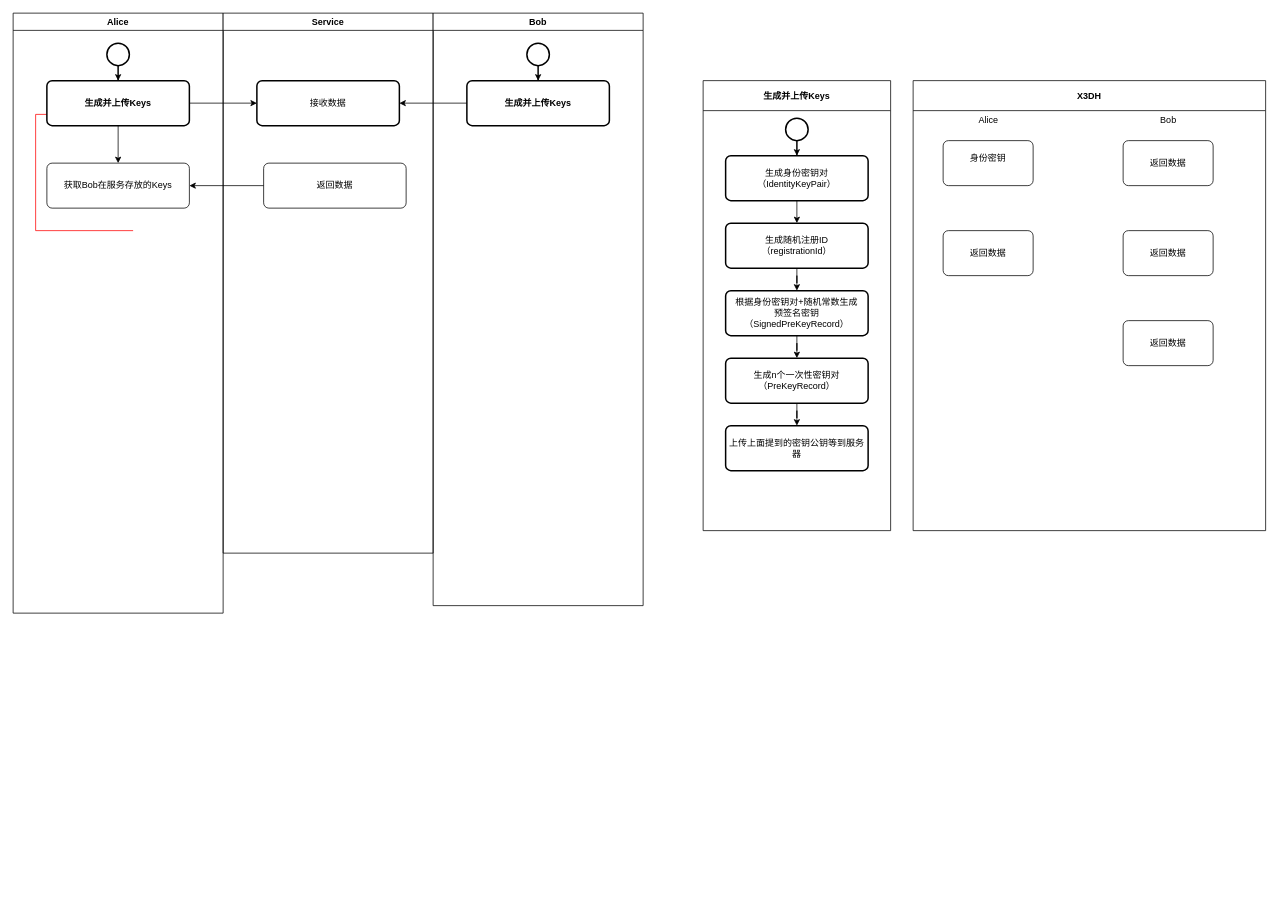
Jonty1997/personal_sources keeps this draw.io diagram as draw/flutter/signal_protocol.drawio. Above is the earlier version. Source tidied: cells renumbered, new cells numbered last; positions are measured from the earlier drawing's top-left corner, leaving out a move shared by most shapes. Both pictures are drawn from the tidied source at 75%, with x=0, y=0 at pixel (13, 13).
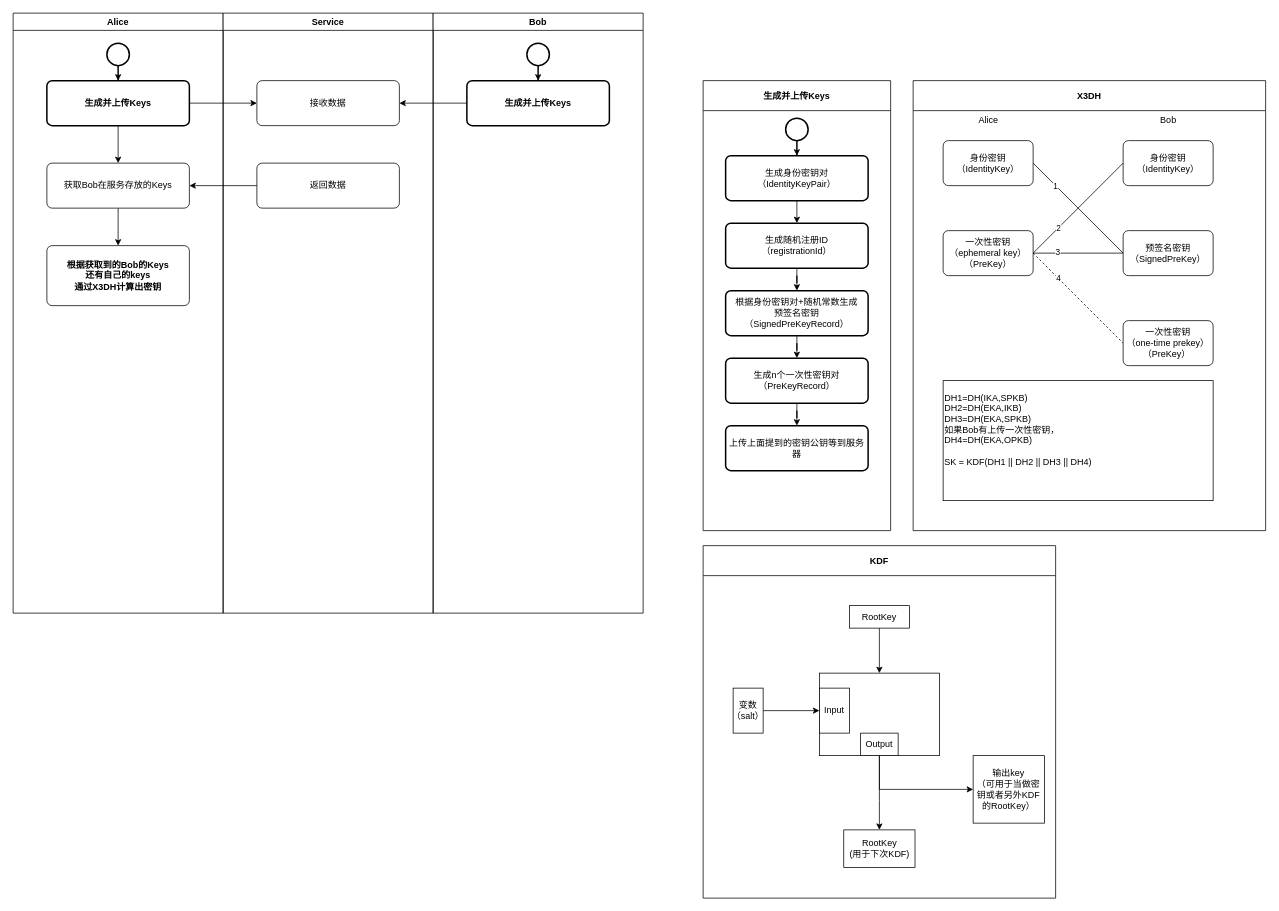
After the change.

Unchanged cells that the change refers to:
```xml
<mxCell id="14" style="group;" parent="1" vertex="1">
  <mxGeometry width="840" height="800" as="geometry" />
</mxCell>
<mxCell id="15" value="Alice" style="swimlane;whiteSpace=wrap;" parent="14" vertex="1">
  <mxGeometry width="280" height="800" as="geometry" />
</mxCell>
<mxCell id="21" value="获取Bob在服务存放的Keys" style="rounded=1;whiteSpace=wrap;html=1;absoluteArcSize=1;arcSize=14;strokeWidth=1;" parent="15" vertex="1">
  <mxGeometry x="45" y="200" width="190" height="60" as="geometry" />
</mxCell>
<mxCell id="32" value="X3DH" style="swimlane;startSize=40;horizontal=1;containerType=tree;" parent="1" vertex="1">
  <mxGeometry x="1200" y="90" width="470" height="600" as="geometry" />
</mxCell>
```

Diff of the diagram source:
```diff
@@
-    <mxCell id="16" style="edgeStyle=elbowEdgeStyle;elbow=horizontal;strokeColor=#FF0000;endArrow=open;endFill=1;rounded=0;" parent="15" edge="1">
-      <mxGeometry relative="1" as="geometry">
-        <mxPoint x="160" y="290" as="sourcePoint" />
-        <mxPoint x="60" y="135" as="targetPoint" />
-        <Array as="points">
-          <mxPoint x="30" y="250" />
-        </Array>
-      </mxGeometry>
-    </mxCell>
@@
+    <mxCell id="40" style="edgeStyle=orthogonalEdgeStyle;rounded=0;jettySize=auto;html=1;exitX=0.5;exitY=1;exitDx=0;exitDy=0;" parent="15" edge="1" source="21" target="41">
+      <mxGeometry relative="1" as="geometry" />
+    </mxCell>
@@
+    <mxCell id="41" value="&lt;b&gt;根据获取到的Bob的Keys&lt;br&gt;还有自己的keys&lt;br&gt;通过X3DH计算出密钥&lt;/b&gt;" style="rounded=1;whiteSpace=wrap;html=1;absoluteArcSize=1;arcSize=14;strokeWidth=1;" parent="15" vertex="1">
+      <mxGeometry x="45" y="310" width="190" height="80" as="geometry" />
+    </mxCell>
     <mxCell id="22" value="Service" style="swimlane;whiteSpace=wrap;startSize=23;" parent="14" vertex="1">
-      <mxGeometry x="280" width="280" height="720" as="geometry" />
+      <mxGeometry x="280" width="280" height="800" as="geometry" />
     </mxCell>
-    <mxCell id="23" value="接收数据" style="rounded=1;whiteSpace=wrap;html=1;absoluteArcSize=1;arcSize=14;strokeWidth=2;" parent="22" vertex="1">
+    <mxCell id="23" value="接收数据" style="rounded=1;whiteSpace=wrap;html=1;absoluteArcSize=1;arcSize=14;strokeWidth=1;" parent="22" vertex="1">
       <mxGeometry x="45" y="90" width="190" height="60" as="geometry" />
     </mxCell>
     <mxCell id="24" value="返回数据" style="rounded=1;whiteSpace=wrap;html=1;absoluteArcSize=1;arcSize=14;strokeWidth=1;" parent="22" vertex="1">
-      <mxGeometry x="54" y="200" width="190" height="60" as="geometry" />
+      <mxGeometry x="45" y="200" width="190" height="60" as="geometry" />
     </mxCell>
     <mxCell id="25" value="Bob" style="swimlane;whiteSpace=wrap;" parent="14" vertex="1">
-      <mxGeometry x="560" width="280" height="790" as="geometry" />
+      <mxGeometry x="560" width="280" height="800" as="geometry" />
     </mxCell>
@@
+    <mxCell id="42" style="rounded=0;jettySize=auto;html=1;exitX=1;exitY=0.5;exitDx=0;exitDy=0;entryX=0;entryY=0.5;entryDx=0;entryDy=0;endArrow=none;startFill=0;" parent="32" edge="1" source="33" target="36">
+      <mxGeometry relative="1" as="geometry" />
+    </mxCell>
+    <mxCell id="43" value="1" style="edgeLabel;html=1;align=center;verticalAlign=middle;" parent="42" vertex="1">
+      <mxGeometry x="-0.09" y="2" relative="1" as="geometry">
+        <mxPoint x="-26" y="-23" as="offset" />
+      </mxGeometry>
+    </mxCell>
-    <mxCell id="33" value="身份密钥&lt;div&gt;&lt;br/&gt;&lt;/div&gt;" style="rounded=1;whiteSpace=wrap;html=1;absoluteArcSize=1;arcSize=14;strokeWidth=1;" parent="32" vertex="1">
+    <mxCell id="33" value="身份密钥&lt;br&gt;（IdentityKey）" style="rounded=1;whiteSpace=wrap;html=1;absoluteArcSize=1;arcSize=14;strokeWidth=1;" parent="32" vertex="1">
       <mxGeometry x="40" y="80" width="120" height="60" as="geometry" />
     </mxCell>
-    <mxCell id="34" value="返回数据" style="rounded=1;whiteSpace=wrap;html=1;absoluteArcSize=1;arcSize=14;strokeWidth=1;" parent="32" vertex="1">
+    <mxCell id="34" value="身份密钥&lt;br&gt;（IdentityKey）" style="rounded=1;whiteSpace=wrap;html=1;absoluteArcSize=1;arcSize=14;strokeWidth=1;" parent="32" vertex="1">
       <mxGeometry x="280" y="80" width="120" height="60" as="geometry" />
     </mxCell>
+    <mxCell id="44" style="rounded=0;jettySize=auto;html=1;exitX=1;exitY=0.5;exitDx=0;exitDy=0;entryX=0;entryY=0.5;entryDx=0;entryDy=0;endArrow=none;startFill=0;" parent="32" edge="1" source="35" target="34">
+      <mxGeometry relative="1" as="geometry" />
+    </mxCell>
+    <mxCell id="45" value="2" style="edgeLabel;html=1;align=center;verticalAlign=middle;" parent="44" vertex="1">
+      <mxGeometry x="-0.45" relative="1" as="geometry" />
+    </mxCell>
+    <mxCell id="46" style="rounded=0;jettySize=auto;html=1;exitX=1;exitY=0.5;exitDx=0;exitDy=0;entryX=0;entryY=0.5;entryDx=0;entryDy=0;endArrow=none;startFill=0;dashed=1;" parent="32" edge="1" source="35" target="37">
+      <mxGeometry relative="1" as="geometry" />
+    </mxCell>
+    <mxCell id="47" value="4" style="edgeLabel;html=1;align=center;verticalAlign=middle;" parent="46" vertex="1">
+      <mxGeometry x="-0.45" relative="1" as="geometry" />
+    </mxCell>
-    <mxCell id="35" value="返回数据" style="rounded=1;whiteSpace=wrap;html=1;absoluteArcSize=1;arcSize=14;strokeWidth=1;" parent="32" vertex="1">
+    <mxCell id="35" value="一次性密钥&lt;br&gt;（ephemeral key）&lt;br&gt;&lt;div&gt;（PreKey）&lt;/div&gt;" style="rounded=1;whiteSpace=wrap;html=1;absoluteArcSize=1;arcSize=14;strokeWidth=1;" parent="32" vertex="1">
       <mxGeometry x="40" y="200" width="120" height="60" as="geometry" />
     </mxCell>
-    <mxCell id="36" value="返回数据" style="rounded=1;whiteSpace=wrap;html=1;absoluteArcSize=1;arcSize=14;strokeWidth=1;" parent="32" vertex="1">
+    <mxCell id="36" value="预签名密钥&lt;br&gt;（SignedPreKey）" style="rounded=1;whiteSpace=wrap;html=1;absoluteArcSize=1;arcSize=14;strokeWidth=1;" parent="32" vertex="1">
       <mxGeometry x="280" y="200" width="120" height="60" as="geometry" />
     </mxCell>
-    <mxCell id="37" value="返回数据" style="rounded=1;whiteSpace=wrap;html=1;absoluteArcSize=1;arcSize=14;strokeWidth=1;" parent="32" vertex="1">
+    <mxCell id="37" value="一次性密钥&lt;div&gt;&lt;span class=&quot;eusoft-eudic-chrome-extension-translate-content eusoft-eudic-chrome-extension-translate-content-style-italic quote&quot;&gt;（one-time prekey）&lt;br class=&quot;ng-star-inserted&quot;&gt;&lt;span class=&quot;eusoft-eudic-chrome-extension-translate-topbottom-space ng-star-inserted&quot;&gt;&lt;/span&gt;&lt;span class=&quot;eusoft-eudic-chrome-extension-translate-topbottom-space ng-star-inserted&quot;&gt;&lt;/span&gt;&lt;span class=&quot;eusoft-eudic-translate-loading-tag&quot;&gt;&lt;/span&gt;&lt;/span&gt;&lt;div&gt;（PreKey）&lt;span class=&quot;eusoft-eudic-chrome-extension-translate-content eusoft-eudic-chrome-extension-translate-content-style-italic quote&quot;&gt;&lt;span class=&quot;eusoft-eudic-chrome-extension-translate-white-space ng-star-inserted&quot;&gt;&amp;nbsp;&lt;/span&gt;&lt;span class=&quot;eusoft-eudic-translate-loading-tag&quot;&gt;&lt;/span&gt;&lt;/span&gt;&lt;/div&gt;&lt;/div&gt;" style="rounded=1;whiteSpace=wrap;html=1;absoluteArcSize=1;arcSize=14;strokeWidth=1;" parent="32" vertex="1">
       <mxGeometry x="280" y="320" width="120" height="60" as="geometry" />
     </mxCell>
@@
+    <mxCell id="48" style="rounded=0;jettySize=auto;html=1;exitX=1;exitY=0.5;exitDx=0;exitDy=0;endArrow=none;startFill=0;entryX=0;entryY=0.5;entryDx=0;entryDy=0;" parent="32" edge="1" source="35" target="36">
+      <mxGeometry relative="1" as="geometry" />
+    </mxCell>
+    <mxCell id="49" value="3" style="edgeLabel;html=1;align=center;verticalAlign=middle;" parent="48" vertex="1">
+      <mxGeometry x="-0.47" y="2" relative="1" as="geometry" />
+    </mxCell>
+    <mxCell id="50" value="DH1=DH(IKA,SPKB)&lt;br&gt;DH2=DH(EKA,IKB)&lt;div&gt;DH3=DH(EKA,SPKB)&lt;/div&gt;&lt;div&gt;如果Bob有上传一次性密钥，&lt;/div&gt;&lt;div&gt;DH4=DH(EKA,OPKB)&lt;span style=&quot;display: none !important;&quot; class=&quot;eusoft-eudic-chrome-extension-translate-content eusoft-eudic-chrome-extension-translate-content-style-italic quote&quot;&gt;&lt;span class=&quot;eusoft-eudic-chrome-extension-translate-white-space ng-star-inserted&quot;&gt;&amp;nbsp;&lt;/span&gt;&lt;span style=&quot;text-decoration-color: rgb(32, 33, 36); font-size: 0.8em !important;&quot; class=&quot;eusoft-eudic-chrome-extension-translate-item eusoft-eudic-chrome-extension-translate-inner-content ng-star-inserted&quot;&gt;&lt;span&gt;DH4=DH（EKA，OK）&lt;/span&gt;&lt;/span&gt;&lt;/span&gt;&lt;/div&gt;&lt;div&gt;&lt;br&gt;&lt;/div&gt;&lt;div&gt;SK = KDF(DH1 || DH2 || DH3 || DH4)&lt;/div&gt;&lt;div&gt;&lt;br&gt;&lt;/div&gt;&lt;div&gt;&lt;div&gt;&lt;br&gt;&lt;/div&gt;&lt;/div&gt;" style="whiteSpace=wrap;html=1;align=left;" parent="1" vertex="1">
+      <mxGeometry x="1240" y="490" width="360" height="160" as="geometry" />
+    </mxCell>
+    <mxCell id="51" value="KDF" style="swimlane;startSize=40;horizontal=1;containerType=tree;" parent="1" vertex="1">
+      <mxGeometry x="920" y="710" width="470" height="470" as="geometry" />
+    </mxCell>
+    <mxCell id="52" style="edgeStyle=orthogonalEdgeStyle;rounded=0;jettySize=auto;html=1;exitX=0.5;exitY=1;exitDx=0;exitDy=0;entryX=0.5;entryY=0;entryDx=0;entryDy=0;" parent="51" edge="1" source="53" target="57">
+      <mxGeometry relative="1" as="geometry" />
+    </mxCell>
+    <mxCell id="53" value="RootKey" style="whiteSpace=wrap;html=1;" parent="51" vertex="1">
+      <mxGeometry x="195" y="80" width="80" height="30" as="geometry" />
+    </mxCell>
+    <mxCell id="54" style="edgeStyle=orthogonalEdgeStyle;rounded=0;jettySize=auto;html=1;exitX=1;exitY=0.5;exitDx=0;exitDy=0;entryX=0;entryY=0.5;entryDx=0;entryDy=0;" parent="51" edge="1" source="55" target="58">
+      <mxGeometry relative="1" as="geometry" />
+    </mxCell>
+    <mxCell id="55" value="变数&lt;br&gt;（salt）" style="whiteSpace=wrap;html=1;" parent="51" vertex="1">
+      <mxGeometry x="40" y="190" width="40" height="60" as="geometry" />
+    </mxCell>
+    <mxCell id="56" style="group;" parent="51" vertex="1">
+      <mxGeometry x="155" y="170" width="160" height="110" as="geometry" />
+    </mxCell>
+    <mxCell id="57" style="whiteSpace=wrap;html=1;" parent="56" vertex="1">
+      <mxGeometry width="160" height="110" as="geometry" />
+    </mxCell>
+    <mxCell id="58" value="Input" style="whiteSpace=wrap;html=1;" parent="56" vertex="1">
+      <mxGeometry y="20" width="40" height="60" as="geometry" />
+    </mxCell>
+    <mxCell id="59" value="Output" style="whiteSpace=wrap;html=1;" parent="56" vertex="1">
+      <mxGeometry x="55" y="80" width="50" height="30" as="geometry" />
+    </mxCell>
+    <mxCell id="60" value="RootKey&lt;div&gt;(用于下次KDF)&lt;span style=&quot;display: none !important;&quot; class=&quot;eusoft-eudic-chrome-extension-translate-content eusoft-eudic-chrome-extension-translate-content-style-italic quote&quot;&gt;&lt;span class=&quot;eusoft-eudic-chrome-extension-translate-white-space ng-star-inserted&quot;&gt;&amp;nbsp;&lt;/span&gt;&lt;span style=&quot;text-decoration-color: #202124FF !important; font-size: 0.8em !important;&quot; class=&quot;eusoft-eudic-chrome-extension-translate-item eusoft-eudic-chrome-extension-translate-inner-content ng-star-inserted&quot;&gt;&lt;span&gt;根键&lt;/span&gt;&lt;/span&gt;&lt;/span&gt;&lt;/div&gt;" style="whiteSpace=wrap;html=1;" parent="51" vertex="1">
+      <mxGeometry x="187.5" y="379" width="95" height="50" as="geometry" />
+    </mxCell>
+    <mxCell id="61" style="edgeStyle=orthogonalEdgeStyle;rounded=0;jettySize=auto;html=1;exitX=0.5;exitY=1;exitDx=0;exitDy=0;" parent="51" edge="1" source="59" target="60">
+      <mxGeometry relative="1" as="geometry">
+        <Array as="points">
+          <mxPoint x="235" y="340" />
+          <mxPoint x="235" y="340" />
+        </Array>
+      </mxGeometry>
+    </mxCell>
+    <mxCell id="62" value="输出key&lt;div&gt;&lt;span style=&quot;display: none !important;&quot; class=&quot;eusoft-eudic-chrome-extension-translate-content eusoft-eudic-chrome-extension-translate-content-style-italic quote&quot;&gt;&lt;span class=&quot;eusoft-eudic-chrome-extension-translate-white-space ng-star-inserted&quot;&gt;&amp;nbsp;&lt;/span&gt;&lt;span style=&quot;text-decoration-color: rgb(32, 33, 36); font-size: 0.8em !important;&quot; class=&quot;eusoft-eudic-chrome-extension-translate-item eusoft-eudic-chrome-extension-translate-inner-content ng-star-inserted&quot;&gt;&lt;span&gt;根键&lt;/span&gt;&lt;/span&gt;&lt;/span&gt;&lt;/div&gt;&lt;div&gt;（可用于当做密钥或者另外KDF的RootKey）&lt;/div&gt;" style="whiteSpace=wrap;html=1;" parent="51" vertex="1">
+      <mxGeometry x="360" y="280" width="95" height="90" as="geometry" />
+    </mxCell>
+    <mxCell id="63" style="edgeStyle=orthogonalEdgeStyle;rounded=0;jettySize=auto;html=1;entryX=0;entryY=0.5;entryDx=0;entryDy=0;" parent="51" edge="1" source="57" target="62">
+      <mxGeometry relative="1" as="geometry">
+        <Array as="points">
+          <mxPoint x="235" y="325" />
+        </Array>
+      </mxGeometry>
+    </mxCell>
```
